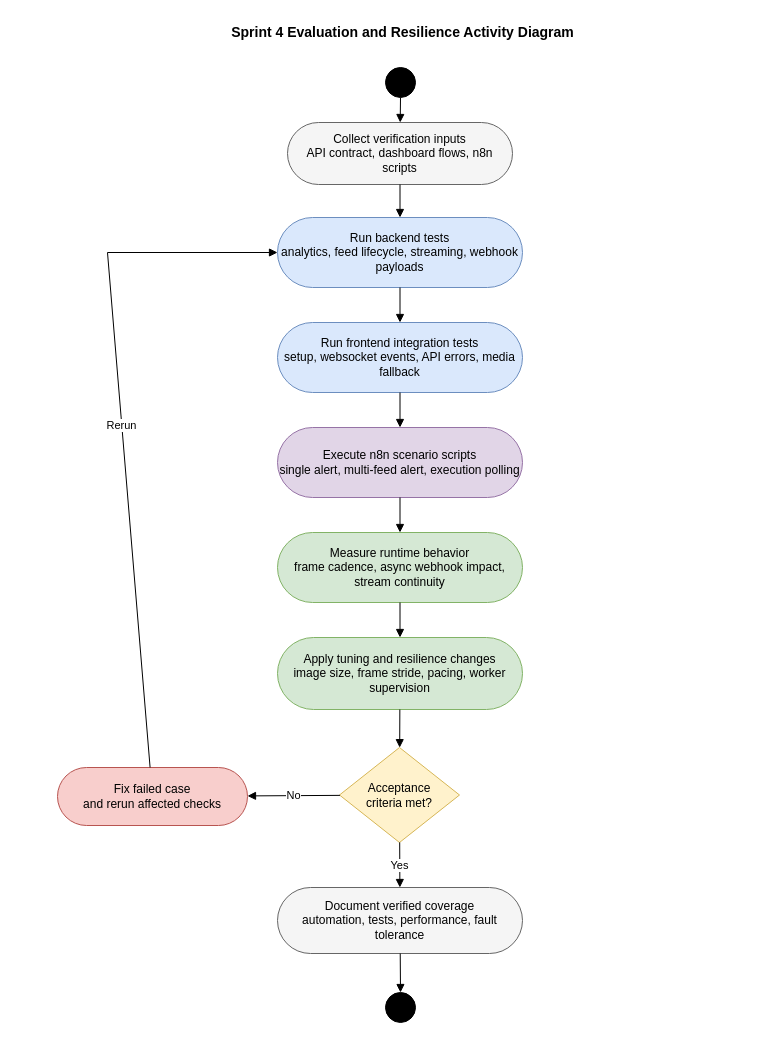
Before: report-latex/figures/drawio/chapter6_evaluation_resilience_activity.drawio in Salmen-BA21/Queue-Wait-Time-Estimation, a draw.io diagram. Source tidied: cells renumbered, new cells numbered last; positions are measured from the earlier drawing's top-left corner, leaving out a move shared by most shapes. Both pictures are drawn from the tidied source at 100%, with x=0, y=0 at pixel (47, 17).
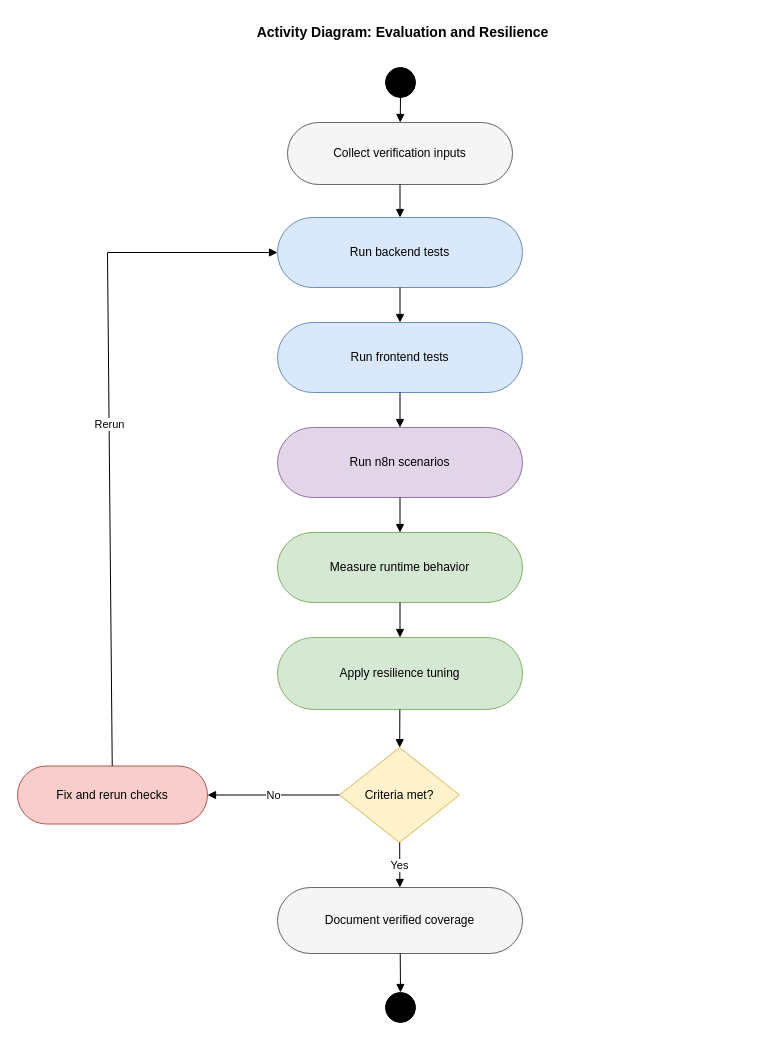
After the change.

What changed in the source:
```diff
@@
-    <mxCell id="2" value="Sprint 4 Evaluation and Resilience Activity Diagram" style="text;fontSize=14;fontStyle=1;align=center;html=1;" parent="1" vertex="1">
+    <mxCell id="2" value="Activity Diagram: Evaluation and Resilience" style="text;fontSize=14;fontStyle=1;align=center;html=1;" parent="1" vertex="1">
       <mxGeometry width="710" height="30" as="geometry" />
     </mxCell>
@@
-    <mxCell id="4" value="Collect verification inputs&#10;API contract, dashboard flows, n8n scripts" style="rounded=1;arcSize=50;fillColor=#f5f5f5;strokeColor=#666666;html=1;whiteSpace=wrap;align=center;verticalAlign=middle;" parent="1" vertex="1">
+    <mxCell id="4" value="Collect verification inputs" style="rounded=1;arcSize=50;fillColor=#f5f5f5;strokeColor=#666666;html=1;whiteSpace=wrap;align=center;verticalAlign=middle;" parent="1" vertex="1">
       <mxGeometry x="240" y="105" width="225" height="62" as="geometry" />
     </mxCell>
-    <mxCell id="5" value="Run backend tests&#10;analytics, feed lifecycle, streaming, webhook payloads" style="rounded=1;arcSize=50;fillColor=#dae8fc;strokeColor=#6c8ebf;html=1;whiteSpace=wrap;align=center;verticalAlign=middle;" parent="1" vertex="1">
+    <mxCell id="5" value="Run backend tests" style="rounded=1;arcSize=50;fillColor=#dae8fc;strokeColor=#6c8ebf;html=1;whiteSpace=wrap;align=center;verticalAlign=middle;" parent="1" vertex="1">
       <mxGeometry x="230" y="200" width="245" height="70" as="geometry" />
     </mxCell>
-    <mxCell id="6" value="Run frontend integration tests&#10;setup, websocket events, API errors, media fallback" style="rounded=1;arcSize=50;fillColor=#dae8fc;strokeColor=#6c8ebf;html=1;whiteSpace=wrap;align=center;verticalAlign=middle;" parent="1" vertex="1">
+    <mxCell id="6" value="Run frontend tests" style="rounded=1;arcSize=50;fillColor=#dae8fc;strokeColor=#6c8ebf;html=1;whiteSpace=wrap;align=center;verticalAlign=middle;" parent="1" vertex="1">
       <mxGeometry x="230" y="305" width="245" height="70" as="geometry" />
     </mxCell>
-    <mxCell id="7" value="Execute n8n scenario scripts&#10;single alert, multi-feed alert, execution polling" style="rounded=1;arcSize=50;fillColor=#e1d5e7;strokeColor=#9673a6;html=1;whiteSpace=wrap;align=center;verticalAlign=middle;" parent="1" vertex="1">
+    <mxCell id="7" value="Run n8n scenarios" style="rounded=1;arcSize=50;fillColor=#e1d5e7;strokeColor=#9673a6;html=1;whiteSpace=wrap;align=center;verticalAlign=middle;" parent="1" vertex="1">
       <mxGeometry x="230" y="410" width="245" height="70" as="geometry" />
     </mxCell>
-    <mxCell id="8" value="Measure runtime behavior&#10;frame cadence, async webhook impact, stream continuity" style="rounded=1;arcSize=50;fillColor=#d5e8d4;strokeColor=#82b366;html=1;whiteSpace=wrap;align=center;verticalAlign=middle;" parent="1" vertex="1">
+    <mxCell id="8" value="Measure runtime behavior" style="rounded=1;arcSize=50;fillColor=#d5e8d4;strokeColor=#82b366;html=1;whiteSpace=wrap;align=center;verticalAlign=middle;" parent="1" vertex="1">
       <mxGeometry x="230" y="515" width="245" height="70" as="geometry" />
     </mxCell>
-    <mxCell id="9" value="Apply tuning and resilience changes&#10;image size, frame stride, pacing, worker supervision" style="rounded=1;arcSize=50;fillColor=#d5e8d4;strokeColor=#82b366;html=1;whiteSpace=wrap;align=center;verticalAlign=middle;" parent="1" vertex="1">
+    <mxCell id="9" value="Apply resilience tuning" style="rounded=1;arcSize=50;fillColor=#d5e8d4;strokeColor=#82b366;html=1;whiteSpace=wrap;align=center;verticalAlign=middle;" parent="1" vertex="1">
       <mxGeometry x="230" y="620" width="245" height="72" as="geometry" />
     </mxCell>
-    <mxCell id="10" value="Acceptance&#10;criteria met?" style="rhombus;fillColor=#fff2cc;strokeColor=#d6b656;html=1;whiteSpace=wrap;align=center;verticalAlign=middle;" parent="1" vertex="1">
+    <mxCell id="10" value="Criteria met?" style="rhombus;fillColor=#fff2cc;strokeColor=#d6b656;html=1;whiteSpace=wrap;align=center;verticalAlign=middle;" parent="1" vertex="1">
       <mxGeometry x="292" y="730" width="120" height="95" as="geometry" />
     </mxCell>
-    <mxCell id="11" value="Fix failed case&#10;and rerun affected checks" style="rounded=1;arcSize=50;fillColor=#f8cecc;strokeColor=#b85450;html=1;whiteSpace=wrap;align=center;verticalAlign=middle;" parent="1" vertex="1">
-      <mxGeometry x="10" y="750" width="190" height="58" as="geometry" />
+    <mxCell id="11" value="Fix and rerun checks" style="rounded=1;arcSize=50;fillColor=#f8cecc;strokeColor=#b85450;html=1;whiteSpace=wrap;align=center;verticalAlign=middle;" parent="1" vertex="1">
+      <mxGeometry x="-30" y="748.5" width="190" height="58" as="geometry" />
     </mxCell>
-    <mxCell id="12" value="Document verified coverage&#10;automation, tests, performance, fault tolerance" style="rounded=1;arcSize=50;fillColor=#f5f5f5;strokeColor=#666666;html=1;whiteSpace=wrap;align=center;verticalAlign=middle;" parent="1" vertex="1">
+    <mxCell id="12" value="Document verified coverage" style="rounded=1;arcSize=50;fillColor=#f5f5f5;strokeColor=#666666;html=1;whiteSpace=wrap;align=center;verticalAlign=middle;" parent="1" vertex="1">
       <mxGeometry x="230" y="870" width="245" height="66" as="geometry" />
     </mxCell>
```
